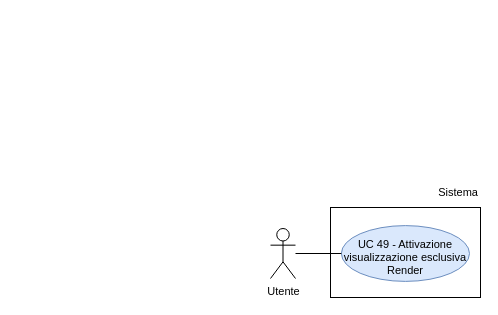
This is RTB/doc_esterna/analisi-dei-requisiti/assets/draw.io/UC49.drawio from thebitless-group-swe/thebitless.github.io, a draw.io file, before an edit. Source tidied: cells renumbered, new cells numbered last; positions are measured from the earlier drawing's top-left corner, leaving out a move shared by most shapes. Both pictures are drawn from the tidied source at 100%, with x=0, y=0 at pixel (270, 177).
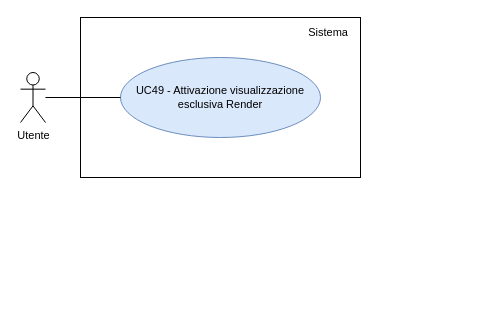
Above is the later version.

The edit, as a diff of the source:
```diff
@@
 <mxGraphModel>
   <root>
     <mxCell id="0" />
     <mxCell id="1" parent="0" />
     <mxCell id="2" value="Utente" style="shape=umlActor;verticalLabelPosition=bottom;verticalAlign=top;html=1;outlineConnect=0;fontSize=11;" parent="1" vertex="1">
-      <mxGeometry y="51" width="25" height="50" as="geometry" />
+      <mxGeometry x="-250" y="-105" width="25" height="50" as="geometry" />
     </mxCell>
-    <mxCell id="3" style="rounded=0;whiteSpace=wrap;html=1;strokeWidth=1;" parent="1" vertex="1">
-      <mxGeometry x="60" y="30" width="150" height="90" as="geometry" />
-    </mxCell>
+    <mxCell id="8" style="rounded=0;whiteSpace=wrap;html=1;strokeWidth=1;" parent="1" vertex="1">
+      <mxGeometry x="-190" y="-160" width="280" height="160" as="geometry" />
+    </mxCell>
     <mxCell id="4" value="Sistema" style="text;html=1;whiteSpace=wrap;strokeColor=none;fillColor=none;align=right;verticalAlign=middle;fontSize=11;" parent="1" vertex="1">
-      <mxGeometry x="150" width="60" height="30" as="geometry" />
+      <mxGeometry x="10" y="-155" width="70" height="20" as="geometry" />
     </mxCell>
-    <mxCell id="5" value="UC 49 - Attivazione visualizzazione esclusiva Render" style="ellipse;whiteSpace=wrap;html=1;fillColor=#dae8fc;strokeColor=#6c8ebf;fontSize=11;spacingBottom=-7;" parent="1" vertex="1">
-      <mxGeometry x="70.9" y="48.1" width="128.1" height="55.8" as="geometry" />
-    </mxCell>
-    <mxCell id="6" style="edgeStyle=none;rounded=0;jettySize=auto;html=1;endArrow=none;endFill=0;" parent="1" edge="1" source="2" target="5">
-      <mxGeometry relative="1" as="geometry" />
-    </mxCell>
-    <mxCell id="7" style="edgeStyle=orthogonalEdgeStyle;rounded=0;orthogonalLoop=1;jettySize=auto;html=1;exitX=0.5;exitY=1;exitDx=0;exitDy=0;" parent="1" edge="1" source="4" target="4">
-      <mxGeometry relative="1" as="geometry" />
-    </mxCell>
+    <mxCell id="9" value="UC49 - Attivazione visualizzazione esclusiva Render" style="ellipse;whiteSpace=wrap;html=1;fillColor=#dae8fc;strokeColor=#6c8ebf;fontSize=11;" parent="1" vertex="1">
+      <mxGeometry x="-150" y="-120" width="200" height="80" as="geometry" />
+    </mxCell>
+    <mxCell id="10" style="edgeStyle=none;rounded=0;jettySize=auto;html=1;endArrow=none;endFill=0;" parent="1" edge="1" source="2" target="9">
+      <mxGeometry relative="1" as="geometry" />
+    </mxCell>
   </root>
 </mxGraphModel>
```
